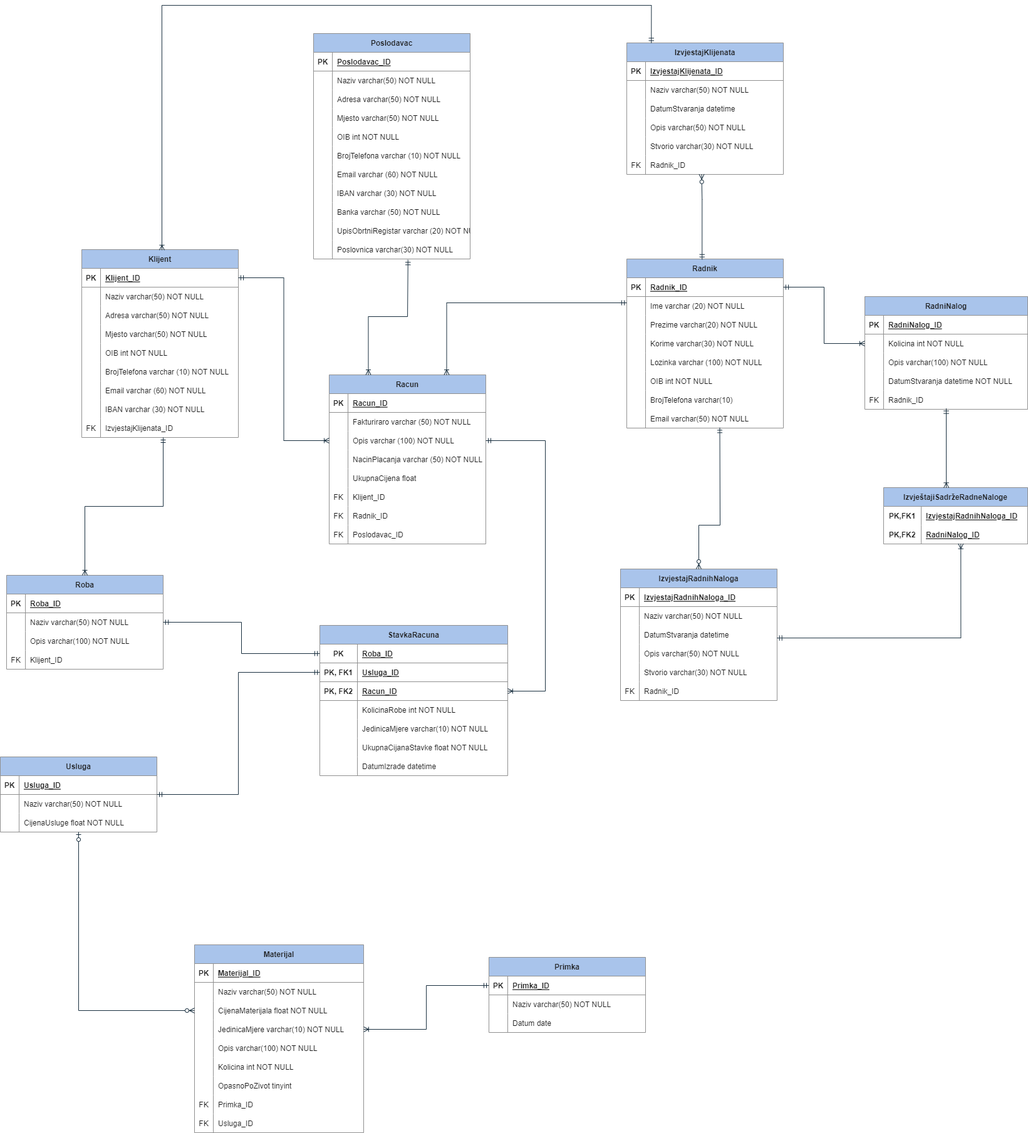
This is Documentation/Slike/ERA Model/ZMG_Desktop_ERA_Model.png from foivz/rpp22-sbicak20-sarbutina20-pbuzic20-zbelina20, a draw.io export, as it was before one commit. Source tidied: cells renumbered, new cells last; positions are measured from the earlier drawing's top-left corner, leaving out a move shared by most shapes.
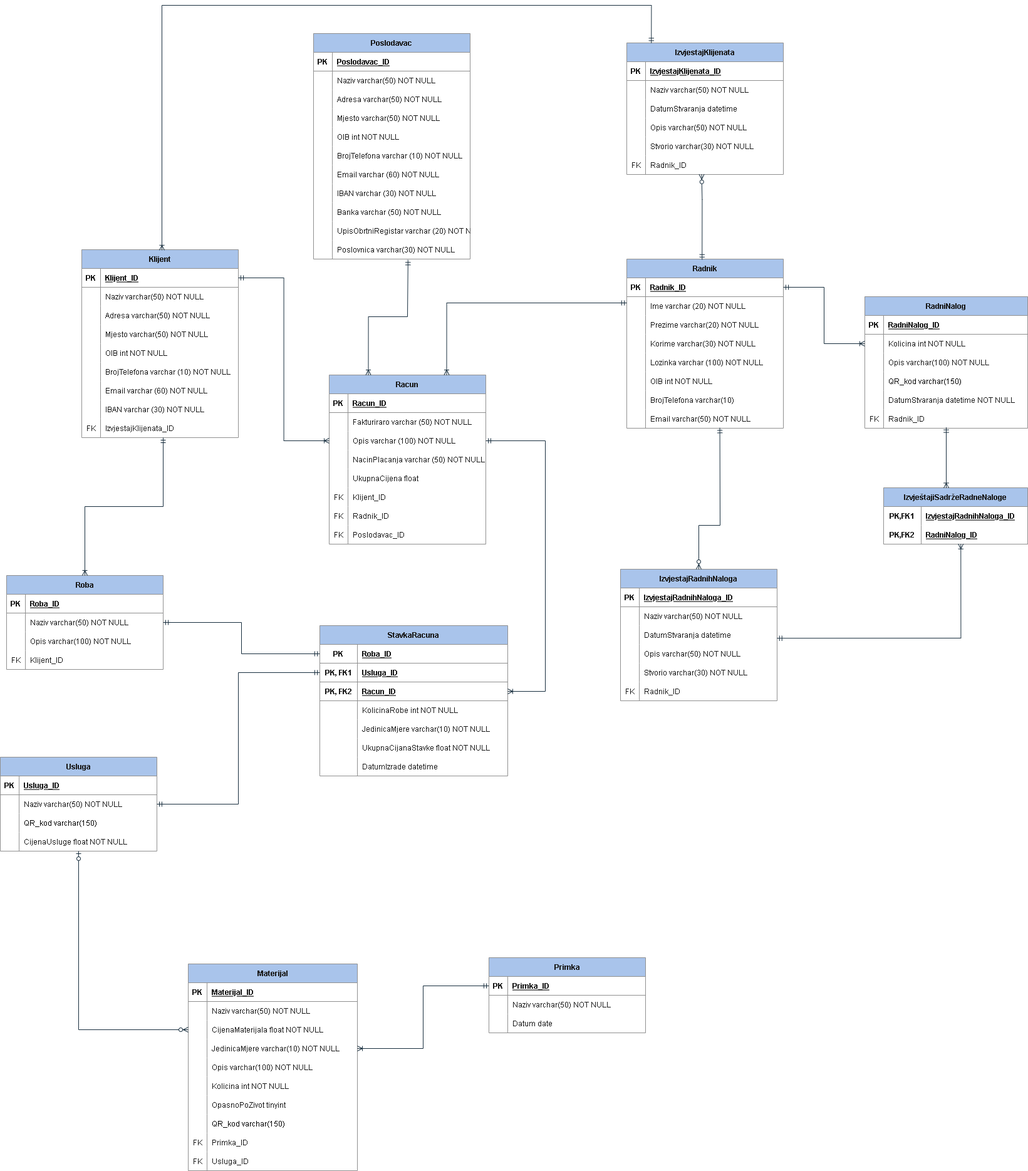
After the commit.

Change to the diagram source:
```diff
@@ -60,7 +60,7 @@
       <mxGeometry x="30" width="220" height="30" as="geometry" />
     </mxCell>
     <mxCell id="21" value="RadniNalog" style="shape=table;startSize=30;rowLines=0;fontStyle=1;align=center;rounded=0;fillColor=#A9C4EB;strokeColor=#909090;fontColor=#1A1A1A;" parent="1" vertex="1">
-      <mxGeometry x="1380" y="465" width="260" height="180" as="geometry" />
+      <mxGeometry x="1380" y="465" width="260" height="210" as="geometry" />
     </mxCell>
     <mxCell id="22" style="shape=partialRectangle;fillColor=none;top=0;left=0;right=0;bottom=1;rounded=0;strokeColor=#909090;fontColor=#1A1A1A;" parent="21" vertex="1">
       <mxGeometry y="30" width="260" height="30" as="geometry" />
@@ -89,8 +89,17 @@
     <mxCell id="30" value="Opis varchar(100) NOT NULL" style="shape=partialRectangle;overflow=hidden;fillColor=none;top=0;left=0;bottom=0;right=0;align=left;spacingLeft=6;rounded=0;strokeColor=#909090;fontColor=#1A1A1A;" parent="28" vertex="1">
       <mxGeometry x="30" width="230" height="30" as="geometry" />
     </mxCell>
+    <mxCell id="273" style="shape=tableRow;horizontal=0;startSize=0;swimlaneHead=0;swimlaneBody=0;fillColor=none;top=0;left=0;right=0;bottom=0;" parent="21" vertex="1">
+      <mxGeometry y="120" width="260" height="30" as="geometry" />
+    </mxCell>
+    <mxCell id="274" style="shape=partialRectangle;fillColor=none;top=0;left=0;bottom=0;right=0;overflow=hidden;" parent="273" vertex="1">
+      <mxGeometry width="30" height="30" as="geometry" />
+    </mxCell>
+    <mxCell id="275" value="QR_kod varchar(150)" style="shape=partialRectangle;fillColor=none;top=0;left=0;bottom=0;right=0;align=left;spacingLeft=6;overflow=hidden;" parent="273" vertex="1">
+      <mxGeometry x="30" width="230" height="30" as="geometry" />
+    </mxCell>
     <mxCell id="31" style="shape=tableRow;horizontal=0;startSize=0;swimlaneHead=0;swimlaneBody=0;fillColor=none;top=0;left=0;right=0;bottom=0;rounded=0;strokeColor=#909090;fontColor=#1A1A1A;" parent="21" vertex="1">
-      <mxGeometry y="120" width="260" height="30" as="geometry" />
+      <mxGeometry y="150" width="260" height="30" as="geometry" />
     </mxCell>
     <mxCell id="32" style="shape=partialRectangle;fillColor=none;top=0;left=0;bottom=0;right=0;overflow=hidden;rounded=0;strokeColor=#909090;fontColor=#1A1A1A;" parent="31" vertex="1">
       <mxGeometry width="30" height="30" as="geometry" />
@@ -99,7 +108,7 @@
       <mxGeometry x="30" width="230" height="30" as="geometry" />
     </mxCell>
     <mxCell id="34" style="shape=tableRow;horizontal=0;startSize=0;swimlaneHead=0;swimlaneBody=0;fillColor=none;points=[[0,0.5],[1,0.5]];portConstraint=eastwest;top=0;left=0;right=0;bottom=0;rounded=0;strokeColor=#909090;fontColor=#1A1A1A;" parent="21" vertex="1">
-      <mxGeometry y="150" width="260" height="30" as="geometry" />
+      <mxGeometry y="180" width="260" height="30" as="geometry" />
     </mxCell>
     <mxCell id="35" value="FK" style="shape=partialRectangle;fillColor=none;top=0;left=0;bottom=0;right=0;fontStyle=0;overflow=hidden;rounded=0;strokeColor=#909090;fontColor=#1A1A1A;" parent="34" vertex="1">
       <mxGeometry width="30" height="30" as="geometry" />
@@ -147,7 +156,7 @@
       <mxGeometry x="30" width="220" height="30" as="geometry" />
     </mxCell>
     <mxCell id="50" value="Materijal" style="shape=table;startSize=30;rowLines=0;fontStyle=1;align=center;rounded=0;fillColor=#A9C4EB;strokeColor=#909090;fontColor=#1A1A1A;" parent="1" vertex="1">
-      <mxGeometry x="310" y="1500" width="270" height="300" as="geometry" />
+      <mxGeometry x="300" y="1530" width="270" height="330" as="geometry" />
     </mxCell>
     <mxCell id="51" style="shape=partialRectangle;fillColor=none;top=0;left=0;right=0;bottom=1;rounded=0;strokeColor=#909090;fontColor=#1A1A1A;" parent="50" vertex="1">
       <mxGeometry y="30" width="270" height="30" as="geometry" />
@@ -212,8 +221,17 @@
     <mxCell id="71" value="OpasnoPoZivot tinyint" style="shape=partialRectangle;fillColor=none;top=0;left=0;bottom=0;right=0;align=left;spacingLeft=6;overflow=hidden;rounded=0;strokeColor=#909090;fontColor=#1A1A1A;" parent="69" vertex="1">
       <mxGeometry x="30" width="240" height="30" as="geometry" />
     </mxCell>
+    <mxCell id="276" style="shape=tableRow;horizontal=0;startSize=0;swimlaneHead=0;swimlaneBody=0;fillColor=none;top=0;left=0;right=0;bottom=0;" parent="50" vertex="1">
+      <mxGeometry y="240" width="270" height="30" as="geometry" />
+    </mxCell>
+    <mxCell id="277" style="shape=partialRectangle;fillColor=none;top=0;left=0;bottom=0;right=0;overflow=hidden;" parent="276" vertex="1">
+      <mxGeometry width="30" height="30" as="geometry" />
+    </mxCell>
+    <mxCell id="278" value="QR_kod varchar(150)" style="shape=partialRectangle;fillColor=none;top=0;left=0;bottom=0;right=0;align=left;spacingLeft=6;overflow=hidden;" parent="276" vertex="1">
+      <mxGeometry x="30" width="240" height="30" as="geometry" />
+    </mxCell>
     <mxCell id="72" style="shape=tableRow;horizontal=0;startSize=0;swimlaneHead=0;swimlaneBody=0;fillColor=none;top=0;left=0;right=0;bottom=0;rounded=0;strokeColor=#909090;fontColor=#1A1A1A;" parent="50" vertex="1">
-      <mxGeometry y="240" width="270" height="30" as="geometry" />
+      <mxGeometry y="270" width="270" height="30" as="geometry" />
     </mxCell>
     <mxCell id="73" value="FK" style="shape=partialRectangle;fillColor=none;top=0;left=0;bottom=0;right=0;fontStyle=0;overflow=hidden;rounded=0;strokeColor=#909090;fontColor=#1A1A1A;" parent="72" vertex="1">
       <mxGeometry width="30" height="30" as="geometry" />
@@ -222,7 +240,7 @@
       <mxGeometry x="30" width="240" height="30" as="geometry" />
     </mxCell>
     <mxCell id="75" style="shape=tableRow;horizontal=0;startSize=0;swimlaneHead=0;swimlaneBody=0;fillColor=none;top=0;left=0;right=0;bottom=0;rounded=0;strokeColor=#909090;fontColor=#1A1A1A;" parent="50" vertex="1">
-      <mxGeometry y="270" width="270" height="30" as="geometry" />
+      <mxGeometry y="300" width="270" height="30" as="geometry" />
     </mxCell>
     <mxCell id="76" value="FK" style="shape=partialRectangle;fillColor=none;top=0;left=0;bottom=0;right=0;fontStyle=0;overflow=hidden;rounded=0;strokeColor=#909090;fontColor=#1A1A1A;" parent="75" vertex="1">
       <mxGeometry width="30" height="30" as="geometry" />
@@ -411,7 +429,7 @@
       <mxGeometry x="30" width="220" height="30" as="geometry" />
     </mxCell>
     <mxCell id="138" value="Usluga" style="shape=table;startSize=30;rowLines=0;fontStyle=1;align=center;rounded=0;fillColor=#A9C4EB;strokeColor=#909090;fontColor=#1A1A1A;" parent="1" vertex="1">
-      <mxGeometry y="1200" width="250" height="120" as="geometry" />
+      <mxGeometry y="1200" width="250" height="150" as="geometry" />
     </mxCell>
     <mxCell id="139" style="shape=partialRectangle;fillColor=none;top=0;left=0;right=0;bottom=1;rounded=0;strokeColor=#909090;fontColor=#1A1A1A;" parent="138" vertex="1">
       <mxGeometry y="30" width="250" height="30" as="geometry" />
@@ -431,8 +449,17 @@
     <mxCell id="144" value="Naziv varchar(50) NOT NULL" style="shape=partialRectangle;overflow=hidden;fillColor=none;top=0;left=0;bottom=0;right=0;align=left;spacingLeft=6;rounded=0;strokeColor=#909090;fontColor=#1A1A1A;" parent="142" vertex="1">
       <mxGeometry x="30" width="220" height="30" as="geometry" />
     </mxCell>
+    <mxCell id="279" style="shape=tableRow;horizontal=0;startSize=0;swimlaneHead=0;swimlaneBody=0;fillColor=none;top=0;left=0;right=0;bottom=0;" parent="138" vertex="1">
+      <mxGeometry y="90" width="250" height="30" as="geometry" />
+    </mxCell>
+    <mxCell id="280" style="shape=partialRectangle;fillColor=none;top=0;left=0;bottom=0;right=0;overflow=hidden;" parent="279" vertex="1">
+      <mxGeometry width="30" height="30" as="geometry" />
+    </mxCell>
+    <mxCell id="281" value="QR_kod varchar(150)" style="shape=partialRectangle;fillColor=none;top=0;left=0;bottom=0;right=0;align=left;spacingLeft=6;overflow=hidden;" parent="279" vertex="1">
+      <mxGeometry x="30" width="220" height="30" as="geometry" />
+    </mxCell>
     <mxCell id="145" style="shape=tableRow;horizontal=0;startSize=0;swimlaneHead=0;swimlaneBody=0;fillColor=none;top=0;left=0;right=0;bottom=0;rounded=0;strokeColor=#909090;fontColor=#1A1A1A;" parent="138" vertex="1">
-      <mxGeometry y="90" width="250" height="30" as="geometry" />
+      <mxGeometry y="120" width="250" height="30" as="geometry" />
     </mxCell>
     <mxCell id="146" style="shape=partialRectangle;fillColor=none;top=0;left=0;bottom=0;right=0;overflow=hidden;rounded=0;strokeColor=#909090;fontColor=#1A1A1A;" parent="145" vertex="1">
       <mxGeometry width="30" height="30" as="geometry" />
```
